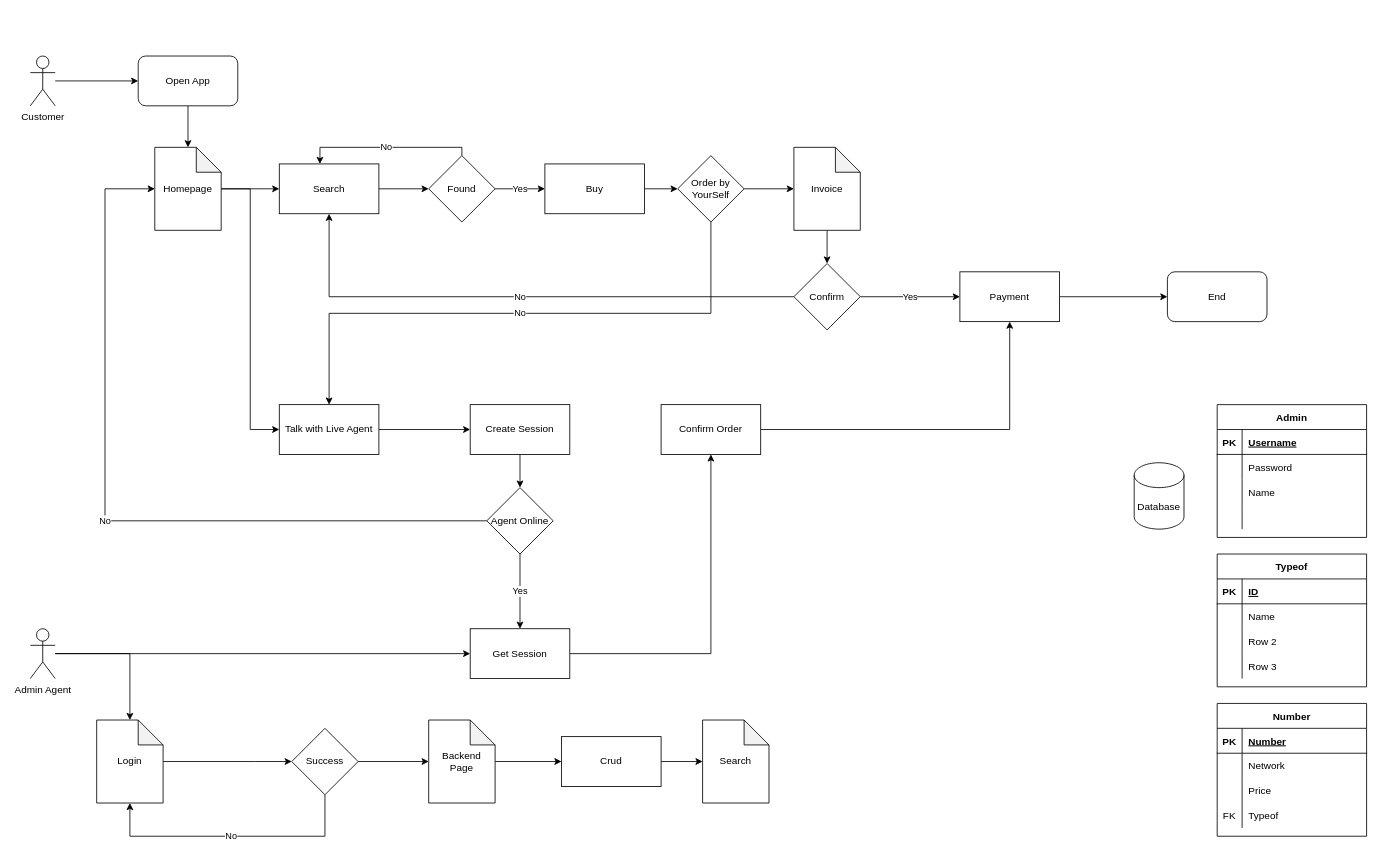
Earlier version of the draw.io diagram beautify_number.drawio (thenmoz/demo-one). Source tidied: cells renumbered, new cells numbered last; positions are measured from the earlier drawing's top-left corner, leaving out a move shared by most shapes. Both pictures are drawn from the tidied source at 83%, with x=0, y=0 at pixel (30, 56).
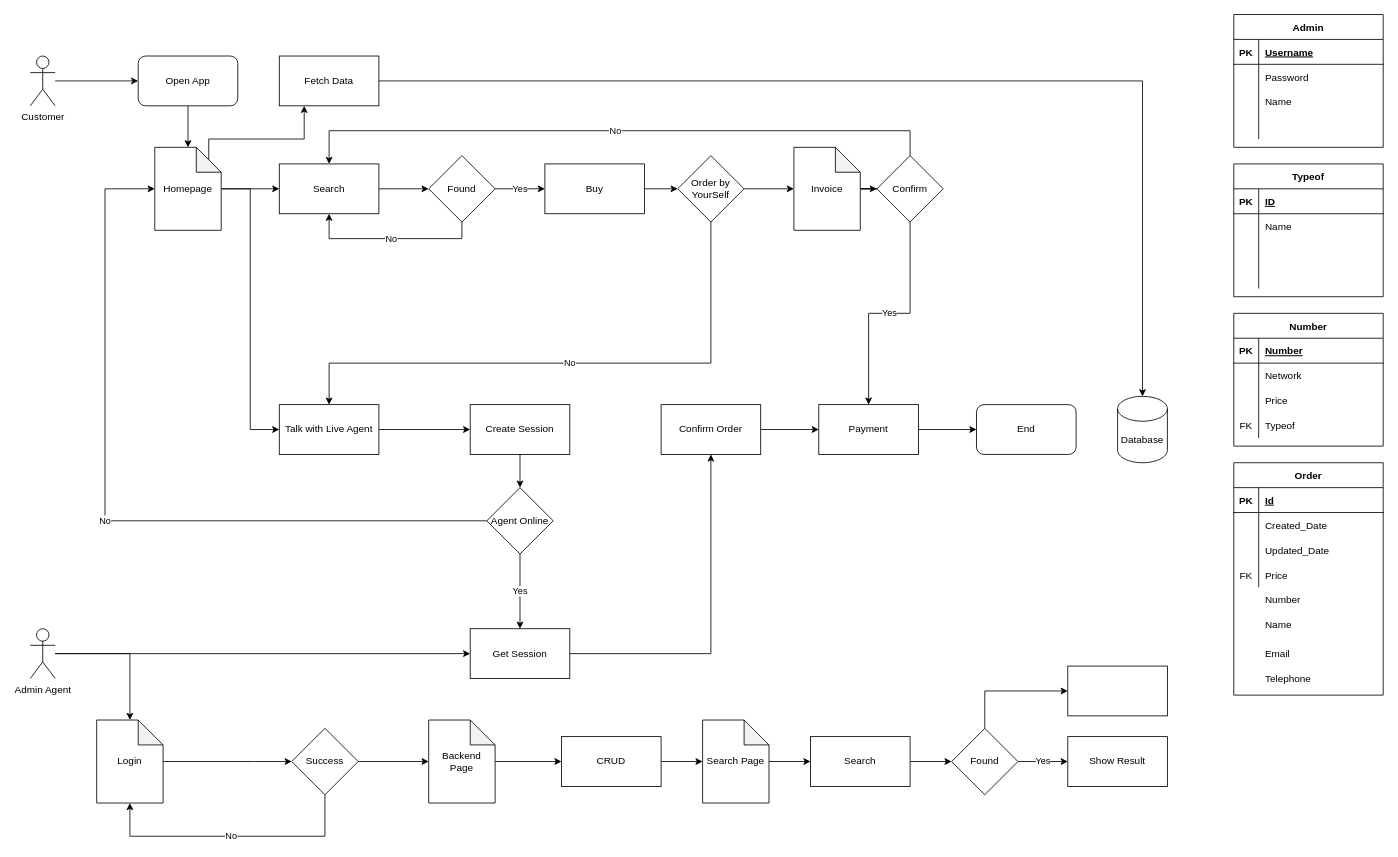
After the change.

Unchanged cells that the change refers to:
```xml
<mxCell id="26" style="shape=tableRow;horizontal=0;startSize=0;swimlaneHead=0;swimlaneBody=0;fillColor=none;top=0;left=0;right=0;bottom=0;" parent="19" vertex="1">
  <mxGeometry y="90" width="180" height="30" as="geometry" />
</mxCell>
<mxCell id="29" style="shape=tableRow;horizontal=0;startSize=0;swimlaneHead=0;swimlaneBody=0;fillColor=none;top=0;left=0;right=0;bottom=0;" parent="19" vertex="1">
  <mxGeometry y="120" width="180" height="30" as="geometry" />
</mxCell>
<mxCell id="34" value="Homepage" style="shape=note;whiteSpace=wrap;html=1;backgroundOutline=1;darkOpacity=0.05;" parent="1" vertex="1">
  <mxGeometry x="150" y="110" width="80" height="100" as="geometry" />
</mxCell>
<mxCell id="36" value="Search" style="rounded=0;whiteSpace=wrap;html=1;" parent="1" vertex="1">
  <mxGeometry x="300" y="130" width="120" height="60" as="geometry" />
</mxCell>
<mxCell id="38" value="Talk with Live Agent" style="rounded=0;whiteSpace=wrap;html=1;" parent="1" vertex="1">
  <mxGeometry x="300" y="420" width="120" height="60" as="geometry" />
</mxCell>
<mxCell id="41" value="Found" style="rhombus;whiteSpace=wrap;html=1;" parent="1" vertex="1">
  <mxGeometry x="480" y="120" width="80" height="80" as="geometry" />
</mxCell>
<mxCell id="46" value="Order by YourSelf" style="rhombus;whiteSpace=wrap;html=1;" parent="1" vertex="1">
  <mxGeometry x="780" y="120" width="80" height="80" as="geometry" />
</mxCell>
```

Change to the diagram source:
```diff
@@
     <mxCell id="6" value="Number" style="shape=table;startSize=30;childLayout=tableLayout;rowLines=0;fontStyle=1;align=center;" parent="1" vertex="1">
-      <mxGeometry x="1430" y="780" width="180" height="160" as="geometry" />
+      <mxGeometry x="1450" y="310" width="180" height="160" as="geometry" />
     </mxCell>
@@
     <mxCell id="19" value="Typeof" style="shape=table;startSize=30;childLayout=tableLayout;rowLines=0;fontStyle=1;align=center;" parent="1" vertex="1">
-      <mxGeometry x="1430" y="600" width="180" height="160" as="geometry" />
+      <mxGeometry x="1450" y="130" width="180" height="160" as="geometry" />
     </mxCell>
@@
-    <mxCell id="28" value="Row 2" style="shape=partialRectangle;fillColor=none;top=0;left=0;bottom=0;right=0;align=left;spacingLeft=6;overflow=hidden;" parent="26" vertex="1">
+    <mxCell id="28" style="shape=partialRectangle;fillColor=none;top=0;left=0;bottom=0;right=0;align=left;spacingLeft=6;overflow=hidden;" parent="26" vertex="1">
       <mxGeometry x="30" width="150" height="30" as="geometry" />
     </mxCell>
@@
-    <mxCell id="31" value="Row 3" style="shape=partialRectangle;fillColor=none;top=0;left=0;bottom=0;right=0;align=left;spacingLeft=6;overflow=hidden;" parent="29" vertex="1">
+    <mxCell id="31" style="shape=partialRectangle;fillColor=none;top=0;left=0;bottom=0;right=0;align=left;spacingLeft=6;overflow=hidden;" parent="29" vertex="1">
       <mxGeometry x="30" width="150" height="30" as="geometry" />
     </mxCell>
@@
+    <mxCell id="91" style="edgeStyle=orthogonalEdgeStyle;rounded=0;jettySize=auto;html=1;exitX=0;exitY=0;exitDx=65;exitDy=15;exitPerimeter=0;entryX=0.25;entryY=1;entryDx=0;entryDy=0;" parent="1" edge="1" source="34" target="107">
+      <mxGeometry relative="1" as="geometry">
+        <Array as="points">
+          <mxPoint x="215" y="100" />
+          <mxPoint x="330" y="100" />
+        </Array>
+      </mxGeometry>
+    </mxCell>
@@
-    <mxCell id="39" value="No" style="edgeStyle=orthogonalEdgeStyle;rounded=0;jettySize=auto;html=1;entryX=0.408;entryY=0;entryDx=0;entryDy=0;entryPerimeter=0;" parent="1" edge="1" source="41" target="36">
+    <mxCell id="39" value="No" style="edgeStyle=orthogonalEdgeStyle;rounded=0;jettySize=auto;html=1;entryX=0.5;entryY=1;entryDx=0;entryDy=0;" parent="1" edge="1" source="41" target="36">
       <mxGeometry relative="1" as="geometry">
         <Array as="points">
-          <mxPoint x="520" y="110" />
-          <mxPoint x="349" y="110" />
+          <mxPoint x="520" y="220" />
+          <mxPoint x="360" y="220" />
         </Array>
       </mxGeometry>
     </mxCell>
@@
     <mxCell id="44" value="No" style="edgeStyle=orthogonalEdgeStyle;rounded=0;jettySize=auto;html=1;exitX=0.5;exitY=1;exitDx=0;exitDy=0;" parent="1" edge="1" source="46" target="38">
-      <mxGeometry relative="1" as="geometry" />
+      <mxGeometry relative="1" as="geometry">
+        <Array as="points">
+          <mxPoint x="820" y="370" />
+          <mxPoint x="360" y="370" />
+        </Array>
+      </mxGeometry>
     </mxCell>
@@
     <mxCell id="49" value="No" style="edgeStyle=orthogonalEdgeStyle;rounded=0;jettySize=auto;html=1;" parent="1" edge="1" source="51" target="36">
-      <mxGeometry relative="1" as="geometry" />
+      <mxGeometry relative="1" as="geometry">
+        <Array as="points">
+          <mxPoint x="1060" y="90" />
+          <mxPoint x="360" y="90" />
+        </Array>
+      </mxGeometry>
     </mxCell>
-    <mxCell id="50" value="Yes" style="edgeStyle=orthogonalEdgeStyle;rounded=0;jettySize=auto;html=1;entryX=0;entryY=0.5;entryDx=0;entryDy=0;" parent="1" edge="1" source="51" target="53">
+    <mxCell id="50" value="Yes" style="edgeStyle=orthogonalEdgeStyle;rounded=0;jettySize=auto;html=1;entryX=0.5;entryY=0;entryDx=0;entryDy=0;" parent="1" edge="1" source="51" target="53">
       <mxGeometry relative="1" as="geometry" />
     </mxCell>
     <mxCell id="51" value="Confirm" style="rhombus;whiteSpace=wrap;html=1;" parent="1" vertex="1">
-      <mxGeometry x="920" y="250" width="80" height="80" as="geometry" />
+      <mxGeometry x="1020" y="120" width="80" height="80" as="geometry" />
     </mxCell>
@@
     <mxCell id="53" value="Payment" style="rounded=0;whiteSpace=wrap;html=1;" parent="1" vertex="1">
-      <mxGeometry x="1120" y="260" width="120" height="60" as="geometry" />
+      <mxGeometry x="950" y="420" width="120" height="60" as="geometry" />
     </mxCell>
     <mxCell id="54" value="End" style="rounded=1;whiteSpace=wrap;html=1;" parent="1" vertex="1">
-      <mxGeometry x="1370" y="260" width="120" height="60" as="geometry" />
+      <mxGeometry x="1140" y="420" width="120" height="60" as="geometry" />
     </mxCell>
@@
-    <mxCell id="73" value="Crud" style="rounded=0;whiteSpace=wrap;html=1;" parent="1" vertex="1">
+    <mxCell id="73" value="CRUD" style="rounded=0;whiteSpace=wrap;html=1;" parent="1" vertex="1">
       <mxGeometry x="640" y="820" width="120" height="60" as="geometry" />
     </mxCell>
@@
+    <mxCell id="92" style="edgeStyle=orthogonalEdgeStyle;rounded=0;jettySize=auto;html=1;entryX=0;entryY=0.5;entryDx=0;entryDy=0;" parent="1" edge="1" source="76" target="113">
+      <mxGeometry relative="1" as="geometry" />
+    </mxCell>
-    <mxCell id="76" value="Search" style="shape=note;whiteSpace=wrap;html=1;backgroundOutline=1;darkOpacity=0.05;" parent="1" vertex="1">
+    <mxCell id="76" value="Search Page" style="shape=note;whiteSpace=wrap;html=1;backgroundOutline=1;darkOpacity=0.05;" parent="1" vertex="1">
       <mxGeometry x="810" y="800" width="80" height="100" as="geometry" />
     </mxCell>
     <mxCell id="77" value="Admin" style="shape=table;startSize=30;childLayout=tableLayout;rowLines=0;fontStyle=1;align=center;" parent="1" vertex="1">
-      <mxGeometry x="1430" y="420" width="180" height="160" as="geometry" />
+      <mxGeometry x="1450" y="-50" width="180" height="160" as="geometry" />
     </mxCell>
@@
     <mxCell id="90" value="Database" style="shape=cylinder3;whiteSpace=wrap;html=1;boundedLbl=1;backgroundOutline=1;size=15;" parent="1" vertex="1">
-      <mxGeometry x="1330" y="490" width="60" height="80" as="geometry" />
+      <mxGeometry x="1310" y="410" width="60" height="80" as="geometry" />
     </mxCell>
+    <mxCell id="93" value="Order" style="shape=table;startSize=30;childLayout=tableLayout;rowLines=0;fontStyle=1;align=center;" parent="1" vertex="1">
+      <mxGeometry x="1450" y="490" width="180" height="280" as="geometry" />
+    </mxCell>
+    <mxCell id="94" style="shape=tableRow;horizontal=0;startSize=0;swimlaneHead=0;swimlaneBody=0;fillColor=none;top=0;left=0;right=0;bottom=1;" parent="93" vertex="1">
+      <mxGeometry y="30" width="180" height="30" as="geometry" />
+    </mxCell>
+    <mxCell id="95" value="PK" style="shape=partialRectangle;fillColor=none;top=0;left=0;bottom=0;right=0;fontStyle=1;overflow=hidden;" parent="94" vertex="1">
+      <mxGeometry width="30" height="30" as="geometry" />
+    </mxCell>
+    <mxCell id="96" value="Id" style="shape=partialRectangle;fillColor=none;top=0;left=0;bottom=0;right=0;align=left;spacingLeft=6;fontStyle=5;overflow=hidden;" parent="94" vertex="1">
+      <mxGeometry x="30" width="150" height="30" as="geometry" />
+    </mxCell>
+    <mxCell id="97" style="shape=tableRow;horizontal=0;startSize=0;swimlaneHead=0;swimlaneBody=0;fillColor=none;top=0;left=0;right=0;bottom=0;" parent="93" vertex="1">
+      <mxGeometry y="60" width="180" height="30" as="geometry" />
+    </mxCell>
+    <mxCell id="98" style="shape=partialRectangle;fillColor=none;top=0;left=0;bottom=0;right=0;overflow=hidden;" parent="97" vertex="1">
+      <mxGeometry width="30" height="30" as="geometry" />
+    </mxCell>
+    <mxCell id="99" value="Created_Date" style="shape=partialRectangle;fillColor=none;top=0;left=0;bottom=0;right=0;align=left;spacingLeft=6;overflow=hidden;" parent="97" vertex="1">
+      <mxGeometry x="30" width="150" height="30" as="geometry" />
+    </mxCell>
+    <mxCell id="100" style="shape=tableRow;horizontal=0;startSize=0;swimlaneHead=0;swimlaneBody=0;fillColor=none;top=0;left=0;right=0;bottom=0;" parent="93" vertex="1">
+      <mxGeometry y="90" width="180" height="30" as="geometry" />
+    </mxCell>
+    <mxCell id="101" style="shape=partialRectangle;fillColor=none;top=0;left=0;bottom=0;right=0;overflow=hidden;" parent="100" vertex="1">
+      <mxGeometry width="30" height="30" as="geometry" />
+    </mxCell>
+    <mxCell id="102" value="Updated_Date" style="shape=partialRectangle;fillColor=none;top=0;left=0;bottom=0;right=0;align=left;spacingLeft=6;overflow=hidden;" parent="100" vertex="1">
+      <mxGeometry x="30" width="150" height="30" as="geometry" />
+    </mxCell>
+    <mxCell id="103" style="shape=tableRow;horizontal=0;startSize=0;swimlaneHead=0;swimlaneBody=0;fillColor=none;top=0;left=0;right=0;bottom=0;" parent="93" vertex="1">
+      <mxGeometry y="120" width="180" height="30" as="geometry" />
+    </mxCell>
+    <mxCell id="104" value="FK" style="shape=partialRectangle;fillColor=none;top=0;left=0;bottom=0;right=0;overflow=hidden;" parent="103" vertex="1">
+      <mxGeometry width="30" height="30" as="geometry" />
+    </mxCell>
+    <mxCell id="105" value="Price" style="shape=partialRectangle;fillColor=none;top=0;left=0;bottom=0;right=0;align=left;spacingLeft=6;overflow=hidden;" parent="103" vertex="1">
+      <mxGeometry x="30" width="150" height="30" as="geometry" />
+    </mxCell>
+    <mxCell id="106" style="edgeStyle=orthogonalEdgeStyle;rounded=0;jettySize=auto;html=1;entryX=0.5;entryY=0;entryDx=0;entryDy=0;entryPerimeter=0;" parent="1" edge="1" source="107" target="90">
+      <mxGeometry relative="1" as="geometry" />
+    </mxCell>
+    <mxCell id="107" value="Fetch Data" style="rounded=0;whiteSpace=wrap;html=1;" parent="1" vertex="1">
+      <mxGeometry x="300" width="120" height="60" as="geometry" />
+    </mxCell>
+    <mxCell id="108" value="Number" style="shape=partialRectangle;fillColor=none;top=0;left=0;bottom=0;right=0;align=left;spacingLeft=6;overflow=hidden;" parent="1" vertex="1">
+      <mxGeometry x="1480" y="640" width="150" height="30" as="geometry" />
+    </mxCell>
+    <mxCell id="109" value="Name" style="shape=partialRectangle;fillColor=none;top=0;left=0;bottom=0;right=0;align=left;spacingLeft=6;overflow=hidden;" parent="1" vertex="1">
+      <mxGeometry x="1480" y="670" width="150" height="30" as="geometry" />
+    </mxCell>
+    <mxCell id="110" value="Email" style="shape=partialRectangle;fillColor=none;top=0;left=0;bottom=0;right=0;align=left;spacingLeft=6;overflow=hidden;" parent="1" vertex="1">
+      <mxGeometry x="1480" y="705" width="150" height="30" as="geometry" />
+    </mxCell>
+    <mxCell id="111" value="Telephone" style="shape=partialRectangle;fillColor=none;top=0;left=0;bottom=0;right=0;align=left;spacingLeft=6;overflow=hidden;" parent="1" vertex="1">
+      <mxGeometry x="1480" y="735" width="150" height="30" as="geometry" />
+    </mxCell>
+    <mxCell id="112" style="edgeStyle=orthogonalEdgeStyle;rounded=0;jettySize=auto;html=1;" parent="1" edge="1" source="113" target="116">
+      <mxGeometry relative="1" as="geometry" />
+    </mxCell>
+    <mxCell id="113" value="Search" style="rounded=0;whiteSpace=wrap;html=1;" parent="1" vertex="1">
+      <mxGeometry x="940" y="820" width="120" height="60" as="geometry" />
+    </mxCell>
+    <mxCell id="114" value="Yes" style="edgeStyle=orthogonalEdgeStyle;rounded=0;jettySize=auto;html=1;" parent="1" edge="1" source="116" target="117">
+      <mxGeometry relative="1" as="geometry" />
+    </mxCell>
+    <mxCell id="115" style="edgeStyle=orthogonalEdgeStyle;rounded=0;jettySize=auto;html=1;entryX=0;entryY=0.5;entryDx=0;entryDy=0;" parent="1" edge="1" source="116" target="118">
+      <mxGeometry relative="1" as="geometry">
+        <Array as="points">
+          <mxPoint x="1150" y="765" />
+        </Array>
+      </mxGeometry>
+    </mxCell>
+    <mxCell id="116" value="Found" style="rhombus;whiteSpace=wrap;html=1;rounded=0;" parent="1" vertex="1">
+      <mxGeometry x="1110" y="810" width="80" height="80" as="geometry" />
+    </mxCell>
+    <mxCell id="117" value="Show Result" style="whiteSpace=wrap;html=1;rounded=0;" parent="1" vertex="1">
+      <mxGeometry x="1250" y="820" width="120" height="60" as="geometry" />
+    </mxCell>
+    <mxCell id="118" style="rounded=0;whiteSpace=wrap;html=1;" parent="1" vertex="1">
+      <mxGeometry x="1250" y="735" width="120" height="60" as="geometry" />
+    </mxCell>
```
